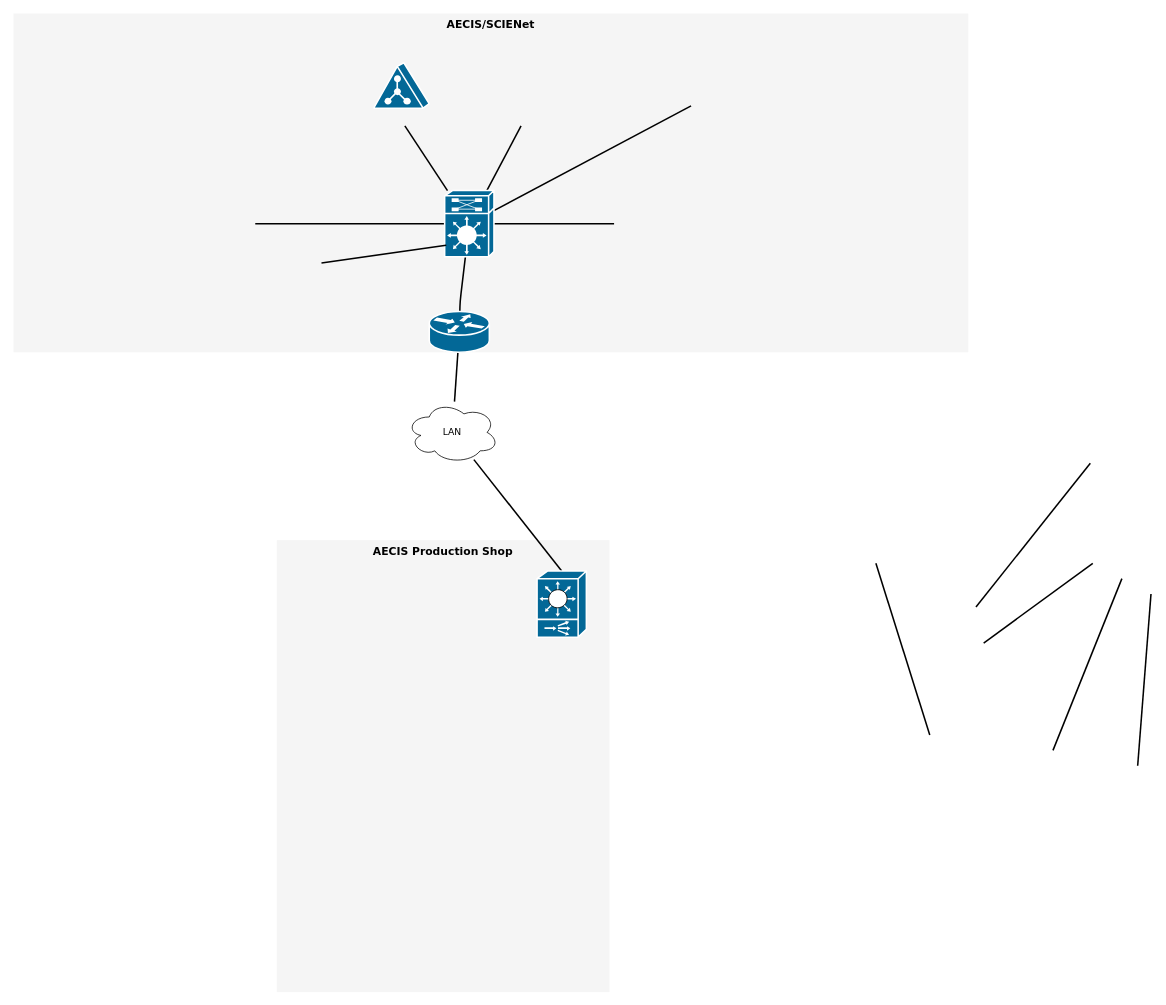
The draw.io diagram Untitled Diagram.drawio in lnguyen30/gitstuff, before the edit. Source tidied: cells renumbered, new cells numbered last; positions are measured from the earlier drawing's top-left corner, leaving out a move shared by most shapes. Both pictures are drawn from the tidied source at 77%, with x=0, y=0 at pixel (13, 13).
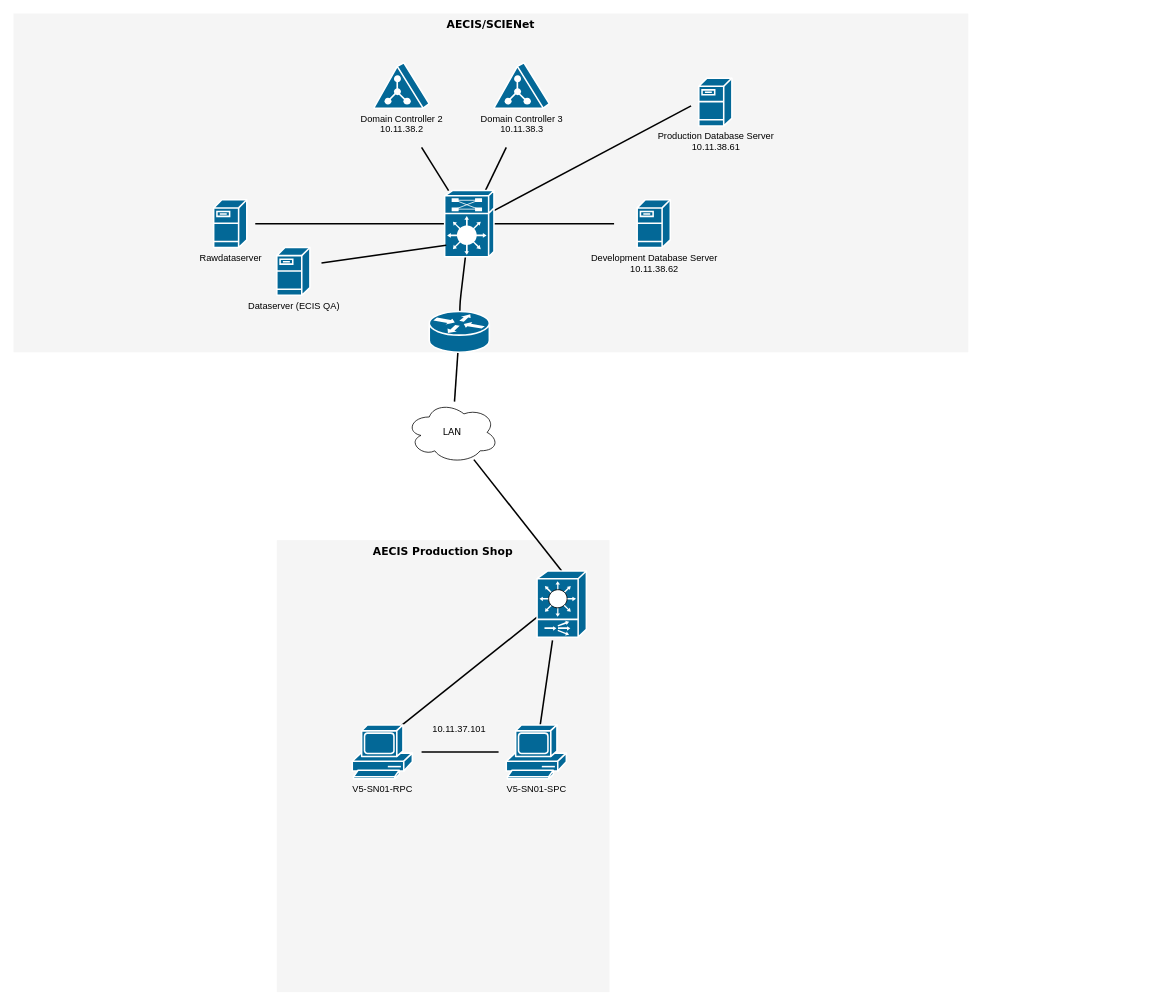
Above is the later version.

Unchanged cells that the change refers to:
```xml
<mxCell id="10" style="shape=mxgraph.cisco.misc.route_switch_processor;html=1;dashed=0;fillColor=#036897;strokeColor=#ffffff;strokeWidth=2;verticalLabelPosition=bottom;verticalAlign=top;rounded=0;shadow=0;comic=0;fontFamily=Verdana;fontSize=12;" parent="1" vertex="1">
  <mxGeometry x="560" y="230" width="64" height="86" as="geometry" />
</mxCell>
<mxCell id="21" style="shape=mxgraph.cisco.switches.content_switch;sketch=0;html=1;dashed=0;fillColor=#036897;strokeColor=#ffffff;strokeWidth=2;verticalLabelPosition=bottom;verticalAlign=top;align=center;outlineConnect=0;" parent="1" vertex="1">
  <mxGeometry x="680" y="724" width="64" height="86" as="geometry" />
</mxCell>
```

What changed in the source:
```diff
@@
     <mxCell id="4" style="edgeStyle=none;html=1;labelBackgroundColor=none;startFill=0;endArrow=none;endFill=0;strokeWidth=2;fontFamily=Verdana;fontSize=12;" parent="1" edge="1" target="10">
       <mxGeometry relative="1" as="geometry">
-        <mxPoint x="508.3" y="146" as="sourcePoint" />
+        <mxPoint x="530" y="174" as="sourcePoint" />
       </mxGeometry>
     </mxCell>
     <mxCell id="5" style="edgeStyle=none;html=1;labelBackgroundColor=none;startFill=0;endArrow=none;endFill=0;strokeWidth=2;fontFamily=Verdana;fontSize=12;" parent="1" edge="1" target="10">
       <mxGeometry relative="1" as="geometry">
-        <mxPoint x="659.2" y="146" as="sourcePoint" />
+        <mxPoint x="640" y="174" as="sourcePoint" />
       </mxGeometry>
     </mxCell>
@@
-    <mxCell id="14" style="edgeStyle=none;html=1;labelBackgroundColor=none;startFill=0;endArrow=none;endFill=0;strokeWidth=2;fontFamily=Verdana;fontSize=12;" parent="1" edge="1">
-      <mxGeometry relative="1" as="geometry">
-        <mxPoint x="1401.7" y="714" as="sourcePoint" />
-        <mxPoint x="1260" y="817.6" as="targetPoint" />
-      </mxGeometry>
-    </mxCell>
-    <mxCell id="15" style="edgeStyle=none;html=1;labelBackgroundColor=none;startFill=0;endArrow=none;endFill=0;strokeWidth=2;fontFamily=Verdana;fontSize=12;" parent="1" edge="1">
+    <mxCell id="15" style="edgeStyle=none;html=1;labelBackgroundColor=none;startFill=0;endArrow=none;endFill=0;strokeWidth=2;fontFamily=Verdana;fontSize=12;exitX=0;exitY=0.698;exitDx=0;exitDy=0;exitPerimeter=0;" parent="1" edge="1" source="21">
       <mxGeometry relative="1" as="geometry">
-        <mxPoint x="1398.5" y="584" as="sourcePoint" />
-        <mxPoint x="1250" y="770.8" as="targetPoint" />
+        <mxPoint x="483.7" y="940.8" as="targetPoint" />
       </mxGeometry>
     </mxCell>
-    <mxCell id="16" style="edgeStyle=none;html=1;labelBackgroundColor=none;startFill=0;endArrow=none;endFill=0;strokeWidth=2;fontFamily=Verdana;fontSize=12;" parent="1" edge="1">
-      <mxGeometry relative="1" as="geometry">
-        <mxPoint x="1120" y="714" as="sourcePoint" />
-        <mxPoint x="1190" y="937" as="targetPoint" />
-      </mxGeometry>
+    <mxCell id="16" style="edgeStyle=none;html=1;labelBackgroundColor=none;startFill=0;endArrow=none;endFill=0;strokeWidth=2;fontFamily=Verdana;fontSize=12;exitX=0.313;exitY=1.047;exitDx=0;exitDy=0;exitPerimeter=0;" parent="1" edge="1" source="21" target="29">
+      <mxGeometry relative="1" as="geometry" />
     </mxCell>
-    <mxCell id="17" style="edgeStyle=none;html=1;labelBackgroundColor=none;startFill=0;endArrow=none;endFill=0;strokeWidth=2;fontFamily=Verdana;fontSize=12;" parent="1" edge="1">
-      <mxGeometry relative="1" as="geometry">
-        <mxPoint x="1477.3" y="754" as="sourcePoint" />
-        <mxPoint x="1460" y="977" as="targetPoint" />
-      </mxGeometry>
-    </mxCell>
-    <mxCell id="18" style="edgeStyle=none;html=1;labelBackgroundColor=none;startFill=0;endArrow=none;endFill=0;strokeWidth=2;fontFamily=Verdana;fontSize=12;" parent="1" edge="1">
-      <mxGeometry relative="1" as="geometry">
-        <mxPoint x="1439.5" y="734" as="sourcePoint" />
-        <mxPoint x="1350" y="957" as="targetPoint" />
-      </mxGeometry>
-    </mxCell>
@@
-    <mxCell id="22" style="shape=mxgraph.cisco.servers.directory_server;sketch=0;html=1;dashed=0;fillColor=#036897;strokeColor=#ffffff;strokeWidth=2;verticalLabelPosition=bottom;verticalAlign=top;align=center;" parent="1" vertex="1">
+    <mxCell id="22" value="Domain Controller 2&lt;div&gt;10.11.38.2&lt;/div&gt;" style="shape=mxgraph.cisco.servers.directory_server;sketch=0;html=1;dashed=0;fillColor=#036897;strokeColor=#ffffff;strokeWidth=2;verticalLabelPosition=bottom;verticalAlign=top;align=center;" parent="1" vertex="1">
       <mxGeometry x="468" y="64" width="72" height="59" as="geometry" />
     </mxCell>
+    <mxCell id="23" value="Domain Controller 3&lt;br&gt;10.11.38.3&lt;br&gt;&lt;div&gt;&lt;br&gt;&lt;/div&gt;" style="shape=mxgraph.cisco.servers.directory_server;sketch=0;html=1;dashed=0;fillColor=#036897;strokeColor=#ffffff;strokeWidth=2;verticalLabelPosition=bottom;verticalAlign=top;align=center;" parent="1" vertex="1">
+      <mxGeometry x="624" y="64" width="72" height="59" as="geometry" />
+    </mxCell>
+    <mxCell id="24" value="Rawdataserver" style="shape=mxgraph.cisco.servers.fileserver;sketch=0;html=1;dashed=0;fillColor=#036897;strokeColor=#ffffff;strokeWidth=2;verticalLabelPosition=bottom;verticalAlign=top;align=center;" parent="1" vertex="1">
+      <mxGeometry x="260" y="242" width="43" height="62" as="geometry" />
+    </mxCell>
+    <mxCell id="25" value="Dataserver (ECIS QA)" style="shape=mxgraph.cisco.servers.fileserver;sketch=0;html=1;dashed=0;fillColor=#036897;strokeColor=#ffffff;strokeWidth=2;verticalLabelPosition=bottom;verticalAlign=top;align=center;" parent="1" vertex="1">
+      <mxGeometry x="342" y="304" width="43" height="62" as="geometry" />
+    </mxCell>
+    <mxCell id="26" value="Production Database Server&lt;br&gt;10.11.38.61" style="shape=mxgraph.cisco.servers.fileserver;sketch=0;html=1;dashed=0;fillColor=#036897;strokeColor=#ffffff;strokeWidth=2;verticalLabelPosition=bottom;verticalAlign=top;align=center;" parent="1" vertex="1">
+      <mxGeometry x="890" y="84" width="43" height="62" as="geometry" />
+    </mxCell>
+    <mxCell id="27" value="Development Database Server&lt;br&gt;10.11.38.62" style="shape=mxgraph.cisco.servers.fileserver;sketch=0;html=1;dashed=0;fillColor=#036897;strokeColor=#ffffff;strokeWidth=2;verticalLabelPosition=bottom;verticalAlign=top;align=center;" parent="1" vertex="1">
+      <mxGeometry x="810" y="242" width="43" height="62" as="geometry" />
+    </mxCell>
+    <mxCell id="28" value="V5-SN01-RPC" style="shape=mxgraph.cisco.computers_and_peripherals.pc;sketch=0;html=1;dashed=0;fillColor=#036897;strokeColor=#ffffff;strokeWidth=2;verticalLabelPosition=bottom;verticalAlign=top;align=center;" parent="1" vertex="1">
+      <mxGeometry x="440" y="924" width="78" height="70" as="geometry" />
+    </mxCell>
+    <mxCell id="29" value="V5-SN01-SPC" style="shape=mxgraph.cisco.computers_and_peripherals.pc;sketch=0;html=1;dashed=0;fillColor=#036897;strokeColor=#ffffff;strokeWidth=2;verticalLabelPosition=bottom;verticalAlign=top;align=center;outlineConnect=0;" parent="1" vertex="1">
+      <mxGeometry x="640" y="924" width="78" height="70" as="geometry" />
+    </mxCell>
+    <mxCell id="30" style="edgeStyle=none;html=1;labelBackgroundColor=none;startFill=0;endArrow=none;endFill=0;strokeWidth=2;fontFamily=Verdana;fontSize=12;" parent="1" edge="1">
+      <mxGeometry relative="1" as="geometry">
+        <mxPoint x="530" y="959" as="sourcePoint" />
+        <mxPoint x="630" y="959" as="targetPoint" />
+      </mxGeometry>
+    </mxCell>
+    <mxCell id="31" value="10.11.37.101" style="text;html=1;align=center;verticalAlign=middle;whiteSpace=wrap;rounded=0;" parent="1" vertex="1">
+      <mxGeometry x="549" y="914" width="60" height="30" as="geometry" />
+    </mxCell>
```
